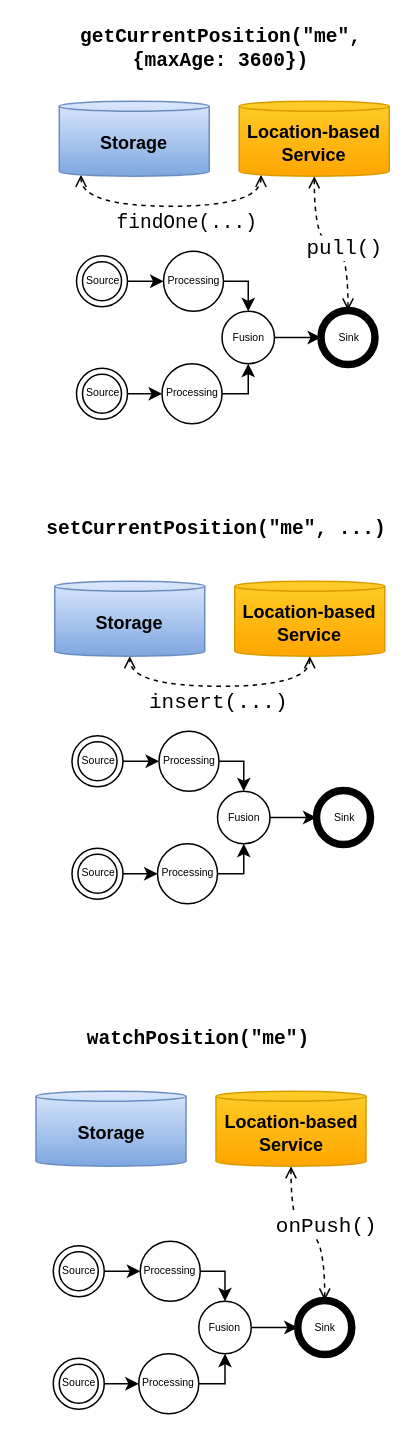
The draw.io diagram page "Page-15" (15 of 19) of slides/ipin2021/images/ipin2021_slides.drawio in OpenHPS/openhps.org, before the edit. Source tidied: cells renumbered, new cells numbered last; positions are measured from the earlier drawing's top-left corner, leaving out a move shared by most shapes. Both pictures are drawn from the tidied source at 150%, with x=0, y=0 at pixel (24, 26).
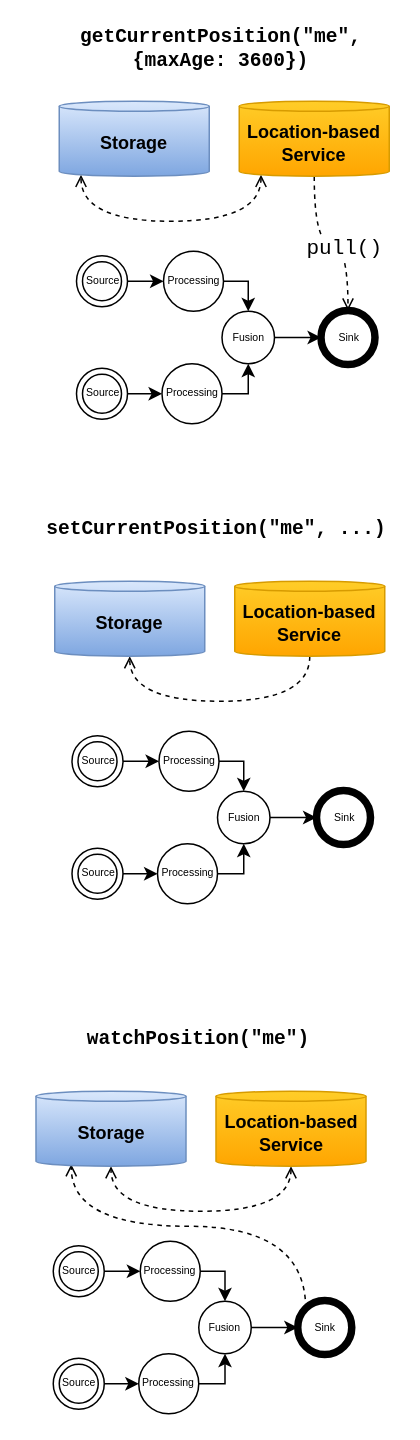
After the change.

Unchanged cells that the change refers to:
```xml
<mxCell id="6" value="Location-based&lt;br style=&quot;font-size: 12px;&quot;&gt;Service" style="shape=cylinder3;whiteSpace=wrap;html=1;boundedLbl=1;backgroundOutline=1;size=3.333343505859375;fontSize=12;strokeColor=#d79b00;fontStyle=1;fillColor=#ffcd28;gradientColor=#ffa500;" parent="1" vertex="1">
  <mxGeometry x="143" y="50" width="100" height="50" as="geometry" />
</mxCell>
<mxCell id="8" value="Sink" style="shape=ellipse;html=1;dashed=0;whitespace=wrap;strokeWidth=5;perimeter=ellipsePerimeter;fontSize=7;" parent="1" vertex="1">
  <mxGeometry x="197.5" y="189.5" width="36" height="36" as="geometry" />
</mxCell>
<mxCell id="13" value="Storage" style="shape=cylinder3;whiteSpace=wrap;html=1;boundedLbl=1;backgroundOutline=1;size=3.333343505859375;fontSize=12;strokeColor=#6c8ebf;fontStyle=1;fillColor=#dae8fc;gradientColor=#7ea6e0;" parent="1" vertex="1">
  <mxGeometry x="23" y="50" width="100" height="50" as="geometry" />
</mxCell>
<mxCell id="22" value="Location-based&lt;br style=&quot;font-size: 12px;&quot;&gt;Service" style="shape=cylinder3;whiteSpace=wrap;html=1;boundedLbl=1;backgroundOutline=1;size=3.333343505859375;fontSize=12;strokeColor=#d79b00;fontStyle=1;fillColor=#ffcd28;gradientColor=#ffa500;" parent="1" vertex="1">
  <mxGeometry x="140" y="370" width="100" height="50" as="geometry" />
</mxCell>
<mxCell id="29" value="Storage" style="shape=cylinder3;whiteSpace=wrap;html=1;boundedLbl=1;backgroundOutline=1;size=3.333343505859375;fontSize=12;strokeColor=#6c8ebf;fontStyle=1;fillColor=#dae8fc;gradientColor=#7ea6e0;" parent="1" vertex="1">
  <mxGeometry x="20" y="370" width="100" height="50" as="geometry" />
</mxCell>
<mxCell id="38" value="Location-based&lt;br style=&quot;font-size: 12px;&quot;&gt;Service" style="shape=cylinder3;whiteSpace=wrap;html=1;boundedLbl=1;backgroundOutline=1;size=3.333343505859375;fontSize=12;strokeColor=#d79b00;fontStyle=1;fillColor=#ffcd28;gradientColor=#ffa500;" parent="1" vertex="1">
  <mxGeometry x="127.5" y="710" width="100" height="50" as="geometry" />
</mxCell>
<mxCell id="40" value="Sink" style="shape=ellipse;html=1;dashed=0;whitespace=wrap;strokeWidth=5;perimeter=ellipsePerimeter;fontSize=7;" parent="1" vertex="1">
  <mxGeometry x="182" y="849.5" width="36" height="36" as="geometry" />
</mxCell>
<mxCell id="45" value="Storage" style="shape=cylinder3;whiteSpace=wrap;html=1;boundedLbl=1;backgroundOutline=1;size=3.333343505859375;fontSize=12;strokeColor=#6c8ebf;fontStyle=1;fillColor=#dae8fc;gradientColor=#7ea6e0;" parent="1" vertex="1">
  <mxGeometry x="7.5" y="710" width="100" height="50" as="geometry" />
</mxCell>
```

Change to the diagram source:
```diff
@@
-    <mxCell id="2" style="edgeStyle=orthogonalEdgeStyle;rounded=0;jettySize=auto;html=1;exitX=0.5;exitY=1;exitDx=0;exitDy=0;exitPerimeter=0;entryX=0.5;entryY=0;entryDx=0;entryDy=0;fontFamily=Courier New;fontSize=7;startArrow=open;startFill=0;endArrow=open;endFill=0;curved=1;dashed=1;" parent="1" edge="1" source="6" target="8">
+    <mxCell id="2" style="edgeStyle=orthogonalEdgeStyle;rounded=0;jettySize=auto;html=1;exitX=0.5;exitY=1;exitDx=0;exitDy=0;exitPerimeter=0;entryX=0.5;entryY=0;entryDx=0;entryDy=0;fontFamily=Courier New;fontSize=7;startArrow=none;startFill=0;endArrow=open;endFill=0;curved=1;dashed=1;" parent="1" edge="1" source="6" target="8">
       <mxGeometry relative="1" as="geometry" />
     </mxCell>
@@
     <mxCell id="4" style="edgeStyle=orthogonalEdgeStyle;rounded=0;jettySize=auto;html=1;exitX=0.145;exitY=1;exitDx=0;exitDy=-0.9666696166992187;exitPerimeter=0;entryX=0.145;entryY=1;entryDx=0;entryDy=-0.9666696166992187;entryPerimeter=0;curved=1;dashed=1;startArrow=open;startFill=0;endArrow=open;endFill=0;" parent="1" edge="1" source="6" target="13">
-      <mxGeometry relative="1" as="geometry" />
+      <mxGeometry relative="1" as="geometry">
+        <Array as="points">
+          <mxPoint x="157" y="130" />
+          <mxPoint x="37" y="130" />
+        </Array>
+      </mxGeometry>
     </mxCell>
-    <mxCell id="5" value="&lt;font style=&quot;font-size: 13px&quot;&gt;findOne(...)&lt;/font&gt;" style="edgeLabel;html=1;align=center;verticalAlign=middle;fontFamily=Courier New;" parent="4" vertex="1">
-      <mxGeometry x="0.14" y="1" relative="1" as="geometry">
-        <mxPoint x="21" y="9" as="offset" />
-      </mxGeometry>
-    </mxCell>
@@
-    <mxCell id="20" style="edgeStyle=orthogonalEdgeStyle;curved=1;rounded=0;jettySize=auto;html=1;exitX=0.5;exitY=1;exitDx=0;exitDy=0;exitPerimeter=0;entryX=0.5;entryY=1;entryDx=0;entryDy=0;entryPerimeter=0;dashed=1;fontFamily=Courier New;fontSize=14;startArrow=open;startFill=0;endArrow=open;endFill=0;" parent="1" edge="1" source="22" target="29">
-      <mxGeometry relative="1" as="geometry" />
+    <mxCell id="20" style="edgeStyle=orthogonalEdgeStyle;curved=1;rounded=0;jettySize=auto;html=1;exitX=0.5;exitY=1;exitDx=0;exitDy=0;exitPerimeter=0;entryX=0.5;entryY=1;entryDx=0;entryDy=0;entryPerimeter=0;dashed=1;fontFamily=Courier New;fontSize=14;startArrow=none;startFill=0;endArrow=open;endFill=0;" parent="1" edge="1" source="22" target="29">
+      <mxGeometry relative="1" as="geometry">
+        <Array as="points">
+          <mxPoint x="190" y="450" />
+          <mxPoint x="70" y="450" />
+        </Array>
+      </mxGeometry>
     </mxCell>
-    <mxCell id="21" value="insert(...)" style="edgeLabel;html=1;align=center;verticalAlign=middle;fontSize=14;fontFamily=Courier New;" parent="20" vertex="1">
-      <mxGeometry x="-0.21" y="-1" relative="1" as="geometry">
-        <mxPoint x="-19" y="11" as="offset" />
-      </mxGeometry>
-    </mxCell>
@@
-    <mxCell id="36" style="edgeStyle=orthogonalEdgeStyle;curved=1;rounded=0;jettySize=auto;html=1;exitX=0.5;exitY=1;exitDx=0;exitDy=0;exitPerimeter=0;entryX=0.5;entryY=0;entryDx=0;entryDy=0;dashed=1;fontFamily=Courier New;fontSize=14;startArrow=open;startFill=0;endArrow=open;endFill=0;" parent="1" edge="1" source="38" target="40">
-      <mxGeometry relative="1" as="geometry" />
-    </mxCell>
-    <mxCell id="37" value="onPush()" style="edgeLabel;html=1;align=center;verticalAlign=middle;fontSize=14;fontFamily=Courier New;" parent="36" vertex="1">
-      <mxGeometry x="0.33" y="-2" relative="1" as="geometry">
-        <mxPoint x="2" y="-12" as="offset" />
-      </mxGeometry>
-    </mxCell>
+    <mxCell id="52" style="edgeStyle=orthogonalEdgeStyle;curved=1;rounded=0;jettySize=auto;html=1;exitX=0.5;exitY=1;exitDx=0;exitDy=0;exitPerimeter=0;entryX=0.5;entryY=1;entryDx=0;entryDy=0;entryPerimeter=0;startArrow=open;startFill=0;endArrow=open;endFill=0;dashed=1;" parent="1" edge="1" source="38" target="45">
+      <mxGeometry relative="1" as="geometry">
+        <Array as="points">
+          <mxPoint x="178" y="790" />
+          <mxPoint x="58" y="790" />
+        </Array>
+      </mxGeometry>
+    </mxCell>
@@
+    <mxCell id="53" style="edgeStyle=orthogonalEdgeStyle;curved=1;rounded=0;jettySize=auto;html=1;exitX=0;exitY=0;exitDx=0;exitDy=0;entryX=0.235;entryY=0.973;entryDx=0;entryDy=0;entryPerimeter=0;dashed=1;startArrow=none;startFill=0;endArrow=open;endFill=0;" parent="1" edge="1" source="40" target="45">
+      <mxGeometry relative="1" as="geometry">
+        <Array as="points">
+          <mxPoint x="187" y="800" />
+          <mxPoint x="31" y="800" />
+        </Array>
+      </mxGeometry>
+    </mxCell>
```
